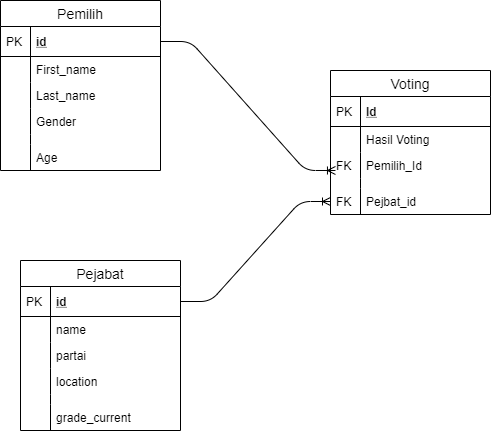
prime-fox-2020/schema-poll-db keeps this draw.io diagram as polling_schema.png. Above is the earlier version. Source tidied: cells renumbered, new cells last; positions are measured from the earlier drawing's top-left corner, leaving out a move shared by most shapes. The source it was exported from:
```xml
<mxGraphModel>
  <root>
    <mxCell id="0" />
    <mxCell id="1" parent="0" />
    <mxCell id="2" value="Pemilih" style="swimlane;fontStyle=0;horizontal=1;startSize=26;align=center;fontSize=14;" parent="1" vertex="1">
      <mxGeometry width="160" height="170" as="geometry" />
    </mxCell>
    <mxCell id="3" value="id" style="shape=partialRectangle;top=0;left=0;right=0;bottom=1;align=left;verticalAlign=middle;fillColor=none;spacingLeft=34;spacingRight=4;overflow=hidden;points=[[0,0.5],[1,0.5]];portConstraint=eastwest;fontStyle=5;fontSize=12;" parent="2" vertex="1">
      <mxGeometry y="26" width="160" height="30" as="geometry" />
    </mxCell>
    <mxCell id="4" value="PK" style="shape=partialRectangle;top=0;left=0;bottom=0;fillColor=none;align=left;verticalAlign=middle;spacingLeft=4;spacingRight=4;overflow=hidden;fontSize=12;" parent="3" vertex="1">
      <mxGeometry width="30" height="30" as="geometry" />
    </mxCell>
    <mxCell id="5" value="First_name" style="shape=partialRectangle;top=0;left=0;right=0;bottom=0;align=left;verticalAlign=top;fillColor=none;spacingLeft=34;spacingRight=4;overflow=hidden;fontSize=12;" parent="2" vertex="1">
      <mxGeometry y="56" width="160" height="26" as="geometry" />
    </mxCell>
    <mxCell id="6" style="shape=partialRectangle;top=0;left=0;bottom=0;fillColor=none;align=left;verticalAlign=top;spacingLeft=4;spacingRight=4;overflow=hidden;fontSize=12;" parent="5" vertex="1">
      <mxGeometry width="30" height="26" as="geometry" />
    </mxCell>
    <mxCell id="7" value="Last_name" style="shape=partialRectangle;top=0;left=0;right=0;bottom=0;align=left;verticalAlign=top;fillColor=none;spacingLeft=34;spacingRight=4;overflow=hidden;fontSize=12;" parent="2" vertex="1">
      <mxGeometry y="82" width="160" height="26" as="geometry" />
    </mxCell>
    <mxCell id="8" style="shape=partialRectangle;top=0;left=0;bottom=0;fillColor=none;align=left;verticalAlign=top;spacingLeft=4;spacingRight=4;overflow=hidden;fontSize=12;" parent="7" vertex="1">
      <mxGeometry width="30" height="26" as="geometry" />
    </mxCell>
    <mxCell id="9" value="Gender" style="shape=partialRectangle;top=0;left=0;right=0;bottom=0;align=left;verticalAlign=top;fillColor=none;spacingLeft=34;spacingRight=4;overflow=hidden;fontSize=12;" parent="2" vertex="1">
      <mxGeometry y="108" width="160" height="26" as="geometry" />
    </mxCell>
    <mxCell id="10" style="shape=partialRectangle;top=0;left=0;bottom=0;fillColor=none;align=left;verticalAlign=top;spacingLeft=4;spacingRight=4;overflow=hidden;fontSize=12;" parent="9" vertex="1">
      <mxGeometry width="30" height="26" as="geometry" />
    </mxCell>
    <mxCell id="11" style="shape=partialRectangle;top=0;left=0;right=0;bottom=0;align=left;verticalAlign=top;fillColor=none;spacingLeft=34;spacingRight=4;overflow=hidden;fontSize=12;" parent="2" vertex="1">
      <mxGeometry y="134" width="160" height="10" as="geometry" />
    </mxCell>
    <mxCell id="12" style="shape=partialRectangle;top=0;left=0;bottom=0;fillColor=none;align=left;verticalAlign=top;spacingLeft=4;spacingRight=4;overflow=hidden;fontSize=12;" parent="11" vertex="1">
      <mxGeometry width="30" height="10" as="geometry" />
    </mxCell>
    <mxCell id="13" value="Age" style="shape=partialRectangle;top=0;left=0;right=0;bottom=0;align=left;verticalAlign=top;fillColor=none;spacingLeft=34;spacingRight=4;overflow=hidden;fontSize=12;" parent="2" vertex="1">
      <mxGeometry y="144" width="160" height="26" as="geometry" />
    </mxCell>
    <mxCell id="14" style="shape=partialRectangle;top=0;left=0;bottom=0;fillColor=none;align=left;verticalAlign=top;spacingLeft=4;spacingRight=4;overflow=hidden;fontSize=12;" parent="13" vertex="1">
      <mxGeometry width="30" height="26" as="geometry" />
    </mxCell>
    <mxCell id="15" style="edgeStyle=entityRelationEdgeStyle;fontSize=12;html=1;endArrow=ERoneToMany;exitX=1;exitY=0.5;exitDx=0;exitDy=0;entryX=0.031;entryY=0.692;entryDx=0;entryDy=0;entryPerimeter=0;" parent="1" edge="1" source="3" target="21">
      <mxGeometry relative="1" as="geometry" />
    </mxCell>
    <mxCell id="16" value="Voting" style="swimlane;fontStyle=0;horizontal=1;startSize=26;align=center;fontSize=14;" parent="1" vertex="1">
      <mxGeometry x="330" y="70" width="160" height="144" as="geometry" />
    </mxCell>
    <mxCell id="17" value="Id" style="shape=partialRectangle;top=0;left=0;right=0;bottom=1;align=left;verticalAlign=middle;fillColor=none;spacingLeft=34;spacingRight=4;overflow=hidden;fontStyle=5;fontSize=12;" parent="16" vertex="1">
      <mxGeometry y="26" width="160" height="30" as="geometry" />
    </mxCell>
    <mxCell id="18" value="PK" style="shape=partialRectangle;top=0;left=0;bottom=0;fillColor=none;align=left;verticalAlign=middle;spacingLeft=4;spacingRight=4;overflow=hidden;fontSize=12;" parent="17" vertex="1">
      <mxGeometry width="30" height="30" as="geometry" />
    </mxCell>
    <mxCell id="19" value="Hasil Voting" style="shape=partialRectangle;top=0;left=0;right=0;bottom=0;align=left;verticalAlign=top;fillColor=none;spacingLeft=34;spacingRight=4;overflow=hidden;fontSize=12;" parent="16" vertex="1">
      <mxGeometry y="56" width="160" height="26" as="geometry" />
    </mxCell>
    <mxCell id="20" style="shape=partialRectangle;top=0;left=0;bottom=0;fillColor=none;align=left;verticalAlign=top;spacingLeft=4;spacingRight=4;overflow=hidden;fontSize=12;" parent="19" vertex="1">
      <mxGeometry width="30" height="26" as="geometry" />
    </mxCell>
    <mxCell id="21" value="Pemilih_Id" style="shape=partialRectangle;top=0;left=0;right=0;bottom=0;align=left;verticalAlign=top;fillColor=none;spacingLeft=34;spacingRight=4;overflow=hidden;points=[[0,0.5],[1,0.5]];portConstraint=eastwest;fontSize=12;" parent="16" vertex="1">
      <mxGeometry y="82" width="160" height="26" as="geometry" />
    </mxCell>
    <mxCell id="22" value="FK" style="shape=partialRectangle;top=0;left=0;bottom=0;fillColor=none;align=left;verticalAlign=top;spacingLeft=4;spacingRight=4;overflow=hidden;fontSize=12;" parent="21" vertex="1">
      <mxGeometry width="30" height="26" as="geometry" />
    </mxCell>
    <mxCell id="23" style="shape=partialRectangle;top=0;left=0;right=0;bottom=0;align=left;verticalAlign=top;fillColor=none;spacingLeft=34;spacingRight=4;overflow=hidden;fontSize=12;" parent="16" vertex="1">
      <mxGeometry y="108" width="160" height="10" as="geometry" />
    </mxCell>
    <mxCell id="24" style="shape=partialRectangle;top=0;left=0;bottom=0;fillColor=none;align=left;verticalAlign=top;spacingLeft=4;spacingRight=4;overflow=hidden;fontSize=12;" parent="23" vertex="1">
      <mxGeometry width="30" height="10" as="geometry" />
    </mxCell>
    <mxCell id="25" value="Pejbat_id" style="shape=partialRectangle;top=0;left=0;right=0;bottom=0;align=left;verticalAlign=top;fillColor=none;spacingLeft=34;spacingRight=4;overflow=hidden;points=[[0,0.5],[1,0.5]];portConstraint=eastwest;fontSize=12;" parent="16" vertex="1">
      <mxGeometry y="118" width="160" height="26" as="geometry" />
    </mxCell>
    <mxCell id="26" value="FK" style="shape=partialRectangle;top=0;left=0;bottom=0;fillColor=none;align=left;verticalAlign=top;spacingLeft=4;spacingRight=4;overflow=hidden;fontSize=12;" parent="25" vertex="1">
      <mxGeometry width="30" height="26" as="geometry" />
    </mxCell>
    <mxCell id="27" value="Pejabat" style="swimlane;fontStyle=0;horizontal=1;startSize=26;align=center;fontSize=14;" parent="1" vertex="1">
      <mxGeometry x="20" y="260" width="160" height="170" as="geometry" />
    </mxCell>
    <mxCell id="28" value="id" style="shape=partialRectangle;top=0;left=0;right=0;bottom=1;align=left;verticalAlign=middle;fillColor=none;spacingLeft=34;spacingRight=4;overflow=hidden;points=[[0,0.5],[1,0.5]];portConstraint=eastwest;fontStyle=5;fontSize=12;" parent="27" vertex="1">
      <mxGeometry y="26" width="160" height="30" as="geometry" />
    </mxCell>
    <mxCell id="29" value="PK" style="shape=partialRectangle;top=0;left=0;bottom=0;fillColor=none;align=left;verticalAlign=middle;spacingLeft=4;spacingRight=4;overflow=hidden;fontSize=12;" parent="28" vertex="1">
      <mxGeometry width="30" height="30" as="geometry" />
    </mxCell>
    <mxCell id="30" value="name" style="shape=partialRectangle;top=0;left=0;right=0;bottom=0;align=left;verticalAlign=top;fillColor=none;spacingLeft=34;spacingRight=4;overflow=hidden;fontSize=12;" parent="27" vertex="1">
      <mxGeometry y="56" width="160" height="26" as="geometry" />
    </mxCell>
    <mxCell id="31" style="shape=partialRectangle;top=0;left=0;bottom=0;fillColor=none;align=left;verticalAlign=top;spacingLeft=4;spacingRight=4;overflow=hidden;fontSize=12;" parent="30" vertex="1">
      <mxGeometry width="30" height="26" as="geometry" />
    </mxCell>
    <mxCell id="32" value="partai" style="shape=partialRectangle;top=0;left=0;right=0;bottom=0;align=left;verticalAlign=top;fillColor=none;spacingLeft=34;spacingRight=4;overflow=hidden;fontSize=12;" parent="27" vertex="1">
      <mxGeometry y="82" width="160" height="26" as="geometry" />
    </mxCell>
    <mxCell id="33" style="shape=partialRectangle;top=0;left=0;bottom=0;fillColor=none;align=left;verticalAlign=top;spacingLeft=4;spacingRight=4;overflow=hidden;fontSize=12;" parent="32" vertex="1">
      <mxGeometry width="30" height="26" as="geometry" />
    </mxCell>
    <mxCell id="34" value="location" style="shape=partialRectangle;top=0;left=0;right=0;bottom=0;align=left;verticalAlign=top;fillColor=none;spacingLeft=34;spacingRight=4;overflow=hidden;fontSize=12;" parent="27" vertex="1">
      <mxGeometry y="108" width="160" height="26" as="geometry" />
    </mxCell>
    <mxCell id="35" style="shape=partialRectangle;top=0;left=0;bottom=0;fillColor=none;align=left;verticalAlign=top;spacingLeft=4;spacingRight=4;overflow=hidden;fontSize=12;" parent="34" vertex="1">
      <mxGeometry width="30" height="26" as="geometry" />
    </mxCell>
    <mxCell id="36" style="shape=partialRectangle;top=0;left=0;right=0;bottom=0;align=left;verticalAlign=top;fillColor=none;spacingLeft=34;spacingRight=4;overflow=hidden;fontSize=12;" parent="27" vertex="1">
      <mxGeometry y="134" width="160" height="10" as="geometry" />
    </mxCell>
    <mxCell id="37" style="shape=partialRectangle;top=0;left=0;bottom=0;fillColor=none;align=left;verticalAlign=top;spacingLeft=4;spacingRight=4;overflow=hidden;fontSize=12;" parent="36" vertex="1">
      <mxGeometry width="30" height="10" as="geometry" />
    </mxCell>
    <mxCell id="38" value="grade_current" style="shape=partialRectangle;top=0;left=0;right=0;bottom=0;align=left;verticalAlign=top;fillColor=none;spacingLeft=34;spacingRight=4;overflow=hidden;fontSize=12;" parent="27" vertex="1">
      <mxGeometry y="144" width="160" height="26" as="geometry" />
    </mxCell>
    <mxCell id="39" style="shape=partialRectangle;top=0;left=0;bottom=0;fillColor=none;align=left;verticalAlign=top;spacingLeft=4;spacingRight=4;overflow=hidden;fontSize=12;" parent="38" vertex="1">
      <mxGeometry width="30" height="26" as="geometry" />
    </mxCell>
    <mxCell id="40" style="edgeStyle=entityRelationEdgeStyle;fontSize=12;html=1;endArrow=ERoneToMany;exitX=1;exitY=0.5;exitDx=0;exitDy=0;entryX=0;entryY=0.5;entryDx=0;entryDy=0;" parent="1" edge="1" source="28" target="25">
      <mxGeometry relative="1" as="geometry" />
    </mxCell>
  </root>
</mxGraphModel>
```
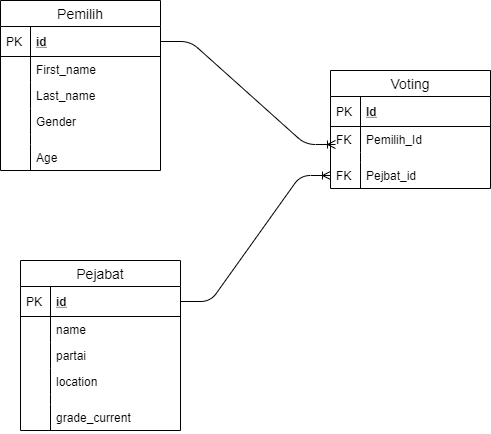
The same diagram one commit later.

Commit message:
Revisi edit pada tabel vote

Change to the diagram source:
```diff
@@ -45,7 +45,7 @@
       <mxGeometry relative="1" as="geometry" />
     </mxCell>
     <mxCell id="16" value="Voting" style="swimlane;fontStyle=0;horizontal=1;startSize=26;align=center;fontSize=14;" parent="1" vertex="1">
-      <mxGeometry x="330" y="70" width="160" height="144" as="geometry" />
+      <mxGeometry x="330" y="70" width="160" height="118" as="geometry" />
     </mxCell>
     <mxCell id="17" value="Id" style="shape=partialRectangle;top=0;left=0;right=0;bottom=1;align=left;verticalAlign=middle;fillColor=none;spacingLeft=34;spacingRight=4;overflow=hidden;fontStyle=5;fontSize=12;" parent="16" vertex="1">
       <mxGeometry y="26" width="160" height="30" as="geometry" />
@@ -53,26 +53,20 @@
     <mxCell id="18" value="PK" style="shape=partialRectangle;top=0;left=0;bottom=0;fillColor=none;align=left;verticalAlign=middle;spacingLeft=4;spacingRight=4;overflow=hidden;fontSize=12;" parent="17" vertex="1">
       <mxGeometry width="30" height="30" as="geometry" />
     </mxCell>
-    <mxCell id="19" value="Hasil Voting" style="shape=partialRectangle;top=0;left=0;right=0;bottom=0;align=left;verticalAlign=top;fillColor=none;spacingLeft=34;spacingRight=4;overflow=hidden;fontSize=12;" parent="16" vertex="1">
-      <mxGeometry y="56" width="160" height="26" as="geometry" />
-    </mxCell>
-    <mxCell id="20" style="shape=partialRectangle;top=0;left=0;bottom=0;fillColor=none;align=left;verticalAlign=top;spacingLeft=4;spacingRight=4;overflow=hidden;fontSize=12;" parent="19" vertex="1">
-      <mxGeometry width="30" height="26" as="geometry" />
-    </mxCell>
     <mxCell id="21" value="Pemilih_Id" style="shape=partialRectangle;top=0;left=0;right=0;bottom=0;align=left;verticalAlign=top;fillColor=none;spacingLeft=34;spacingRight=4;overflow=hidden;points=[[0,0.5],[1,0.5]];portConstraint=eastwest;fontSize=12;" parent="16" vertex="1">
-      <mxGeometry y="82" width="160" height="26" as="geometry" />
+      <mxGeometry y="56" width="160" height="26" as="geometry" />
     </mxCell>
     <mxCell id="22" value="FK" style="shape=partialRectangle;top=0;left=0;bottom=0;fillColor=none;align=left;verticalAlign=top;spacingLeft=4;spacingRight=4;overflow=hidden;fontSize=12;" parent="21" vertex="1">
       <mxGeometry width="30" height="26" as="geometry" />
     </mxCell>
     <mxCell id="23" style="shape=partialRectangle;top=0;left=0;right=0;bottom=0;align=left;verticalAlign=top;fillColor=none;spacingLeft=34;spacingRight=4;overflow=hidden;fontSize=12;" parent="16" vertex="1">
-      <mxGeometry y="108" width="160" height="10" as="geometry" />
+      <mxGeometry y="82" width="160" height="10" as="geometry" />
     </mxCell>
     <mxCell id="24" style="shape=partialRectangle;top=0;left=0;bottom=0;fillColor=none;align=left;verticalAlign=top;spacingLeft=4;spacingRight=4;overflow=hidden;fontSize=12;" parent="23" vertex="1">
       <mxGeometry width="30" height="10" as="geometry" />
     </mxCell>
     <mxCell id="25" value="Pejbat_id" style="shape=partialRectangle;top=0;left=0;right=0;bottom=0;align=left;verticalAlign=top;fillColor=none;spacingLeft=34;spacingRight=4;overflow=hidden;points=[[0,0.5],[1,0.5]];portConstraint=eastwest;fontSize=12;" parent="16" vertex="1">
-      <mxGeometry y="118" width="160" height="26" as="geometry" />
+      <mxGeometry y="92" width="160" height="26" as="geometry" />
     </mxCell>
     <mxCell id="26" value="FK" style="shape=partialRectangle;top=0;left=0;bottom=0;fillColor=none;align=left;verticalAlign=top;spacingLeft=4;spacingRight=4;overflow=hidden;fontSize=12;" parent="25" vertex="1">
       <mxGeometry width="30" height="26" as="geometry" />
```
